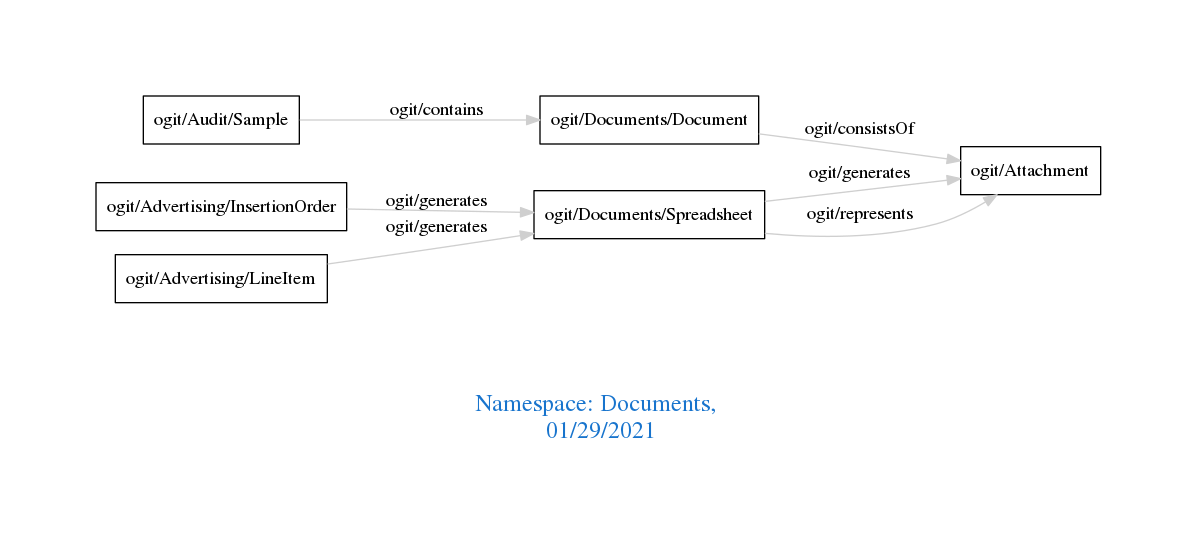
arago/OGIT keeps this Graphviz diagram as downloads/Documents.png. Above is the earlier version. Its source is kept beside it as downloads/Documents.dot.
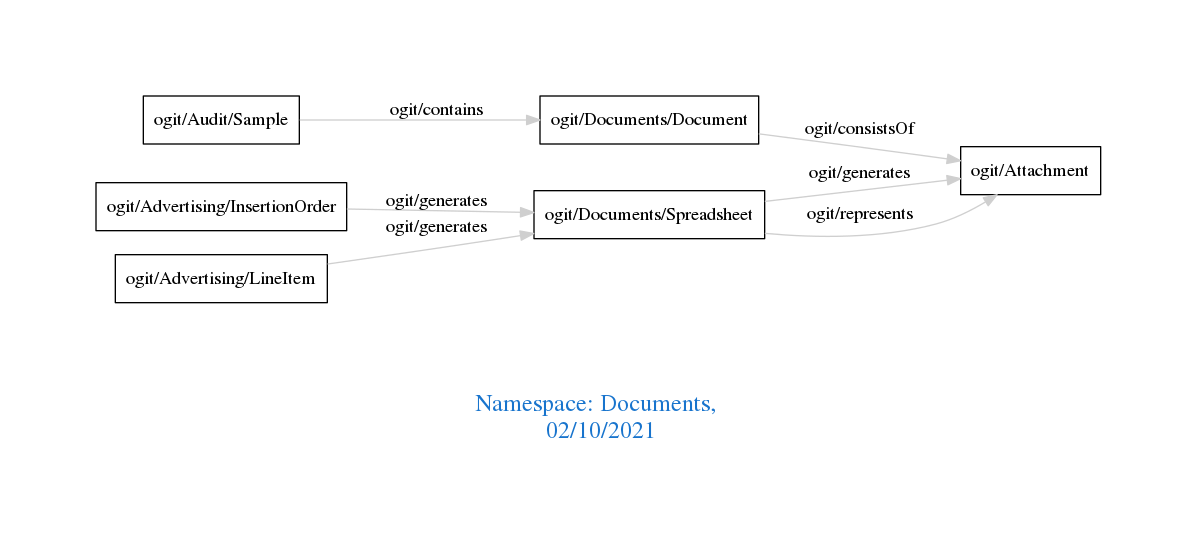
The same file after the commit.

The edit, as a diff of the source:
```diff
@@ -1,7 +1,7 @@
 digraph OGIT_ontology {
  graph [ rankdir= LR,pad=1
 fontsize = 18,
-fontcolor= dodgerblue3,label = "\n\n\nNamespace: Documents, \n 01/29/2021"];
+fontcolor= dodgerblue3,label = "\n\n\nNamespace: Documents, \n 02/10/2021"];
 node[shape=polygon];
 edge [  color="gray81"];
 
```
